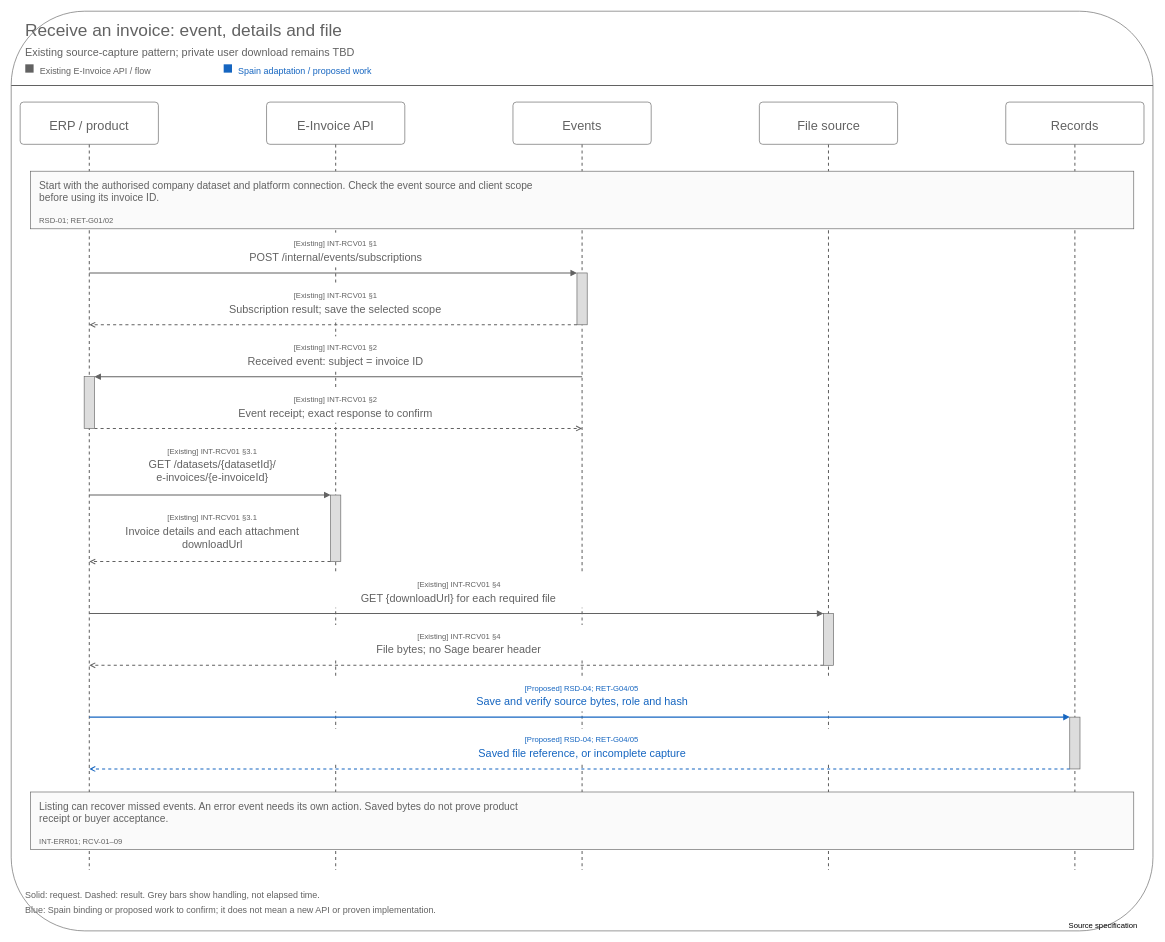
jiaxinhe0709/pm_second_brain keeps this draw.io diagram as assets/diagrams/invoice-retrieval-fr-notification-sequence.drawio. Above is the earlier version. Source tidied: cells renumbered, new cells numbered last; positions are measured from the earlier drawing's top-left corner, leaving out a move shared by most shapes. Both pictures are drawn from the tidied source at 64%, with x=0, y=0 at pixel (11, 11).
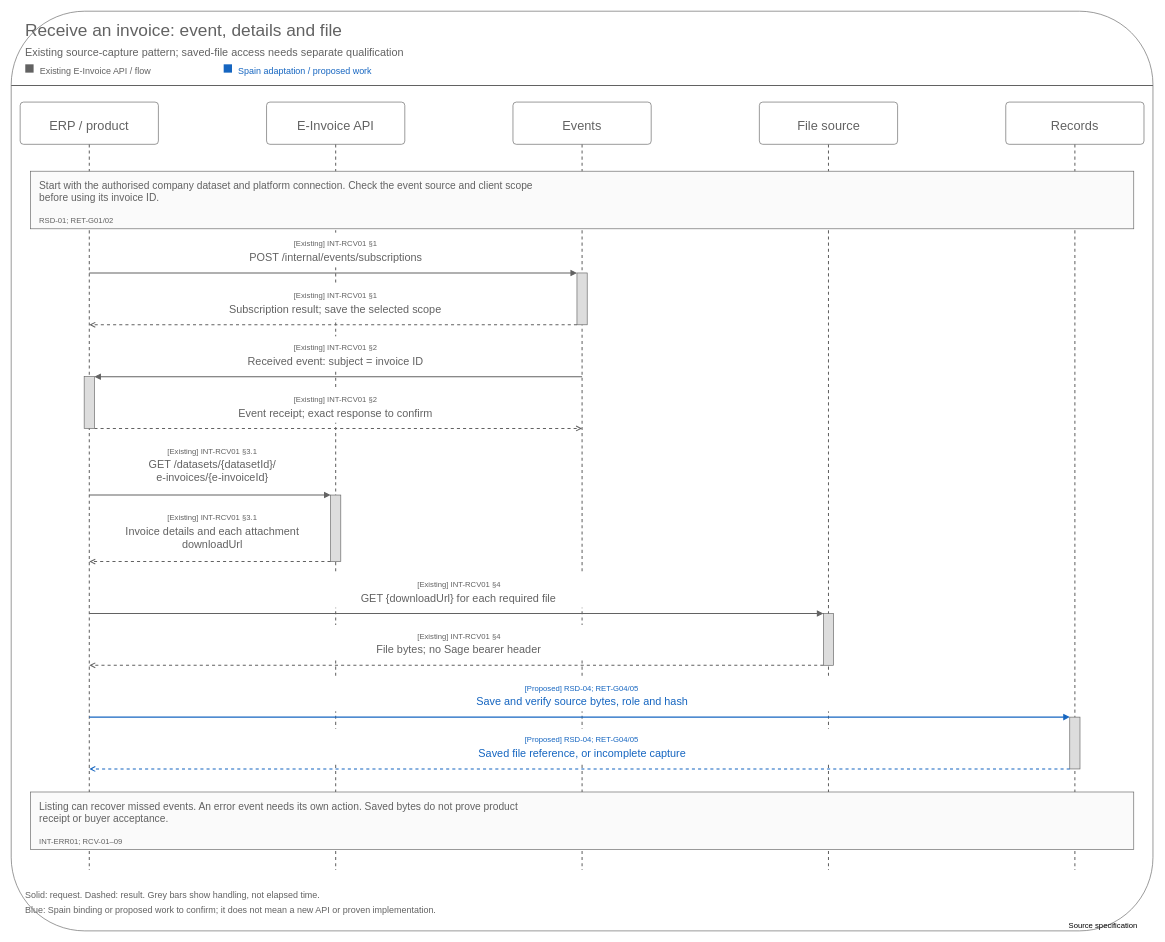
The same diagram, later.

What changed in the source:
```diff
@@
-    <mxCell id="4" value="Existing source-capture pattern; private user download remains TBD" style="text;html=0;whiteSpace=wrap;spacing=0;verticalAlign=top;align=left;fontSize=17;fontColor=#626262;" parent="1" vertex="1">
-      <mxGeometry x="22" y="51" width="718.9" height="26" as="geometry" />
+    <mxCell id="4" value="Existing source-capture pattern; saved-file access needs separate qualification" style="text;html=0;whiteSpace=wrap;spacing=0;verticalAlign=top;align=left;fontSize=17;fontColor=#626262;" parent="1" vertex="1">
+      <mxGeometry x="22" y="51" width="858.1" height="26" as="geometry" />
     </mxCell>
```
